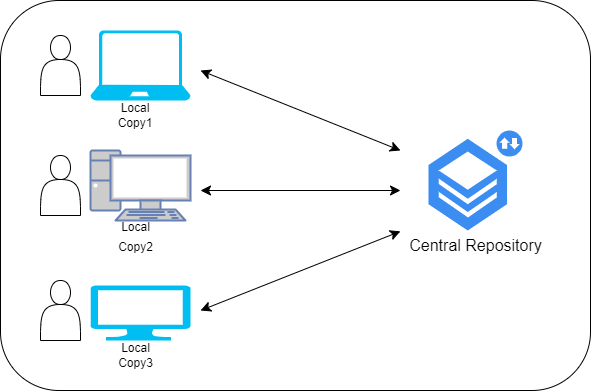
This is vcs/images/CVCS.png from saimanasak/git-and-github, a draw.io export, as it was before one commit. Source tidied: cells renumbered, new cells last; positions are measured from the earlier drawing's top-left corner, leaving out a move shared by most shapes.
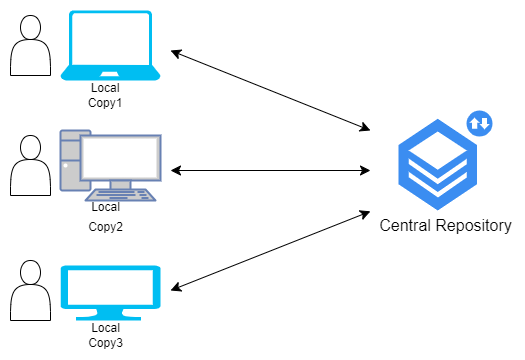
After the change.

Diff of the diagram source:
```diff
@@ -2,8 +2,8 @@
   <root>
     <mxCell id="0" />
     <mxCell id="1" parent="0" />
-    <mxCell id="2" style="rounded=1;whiteSpace=wrap;html=1;" parent="1" vertex="1">
-      <mxGeometry width="590" height="390" as="geometry" />
+    <mxCell id="2" style="rounded=1;whiteSpace=wrap;html=1;strokeColor=none;" parent="1" vertex="1">
+      <mxGeometry x="30" y="20" width="520" height="360" as="geometry" />
     </mxCell>
     <mxCell id="3" style="shape=actor;whiteSpace=wrap;html=1;" parent="1" vertex="1">
       <mxGeometry x="40" y="155" width="40" height="60" as="geometry" />
```
